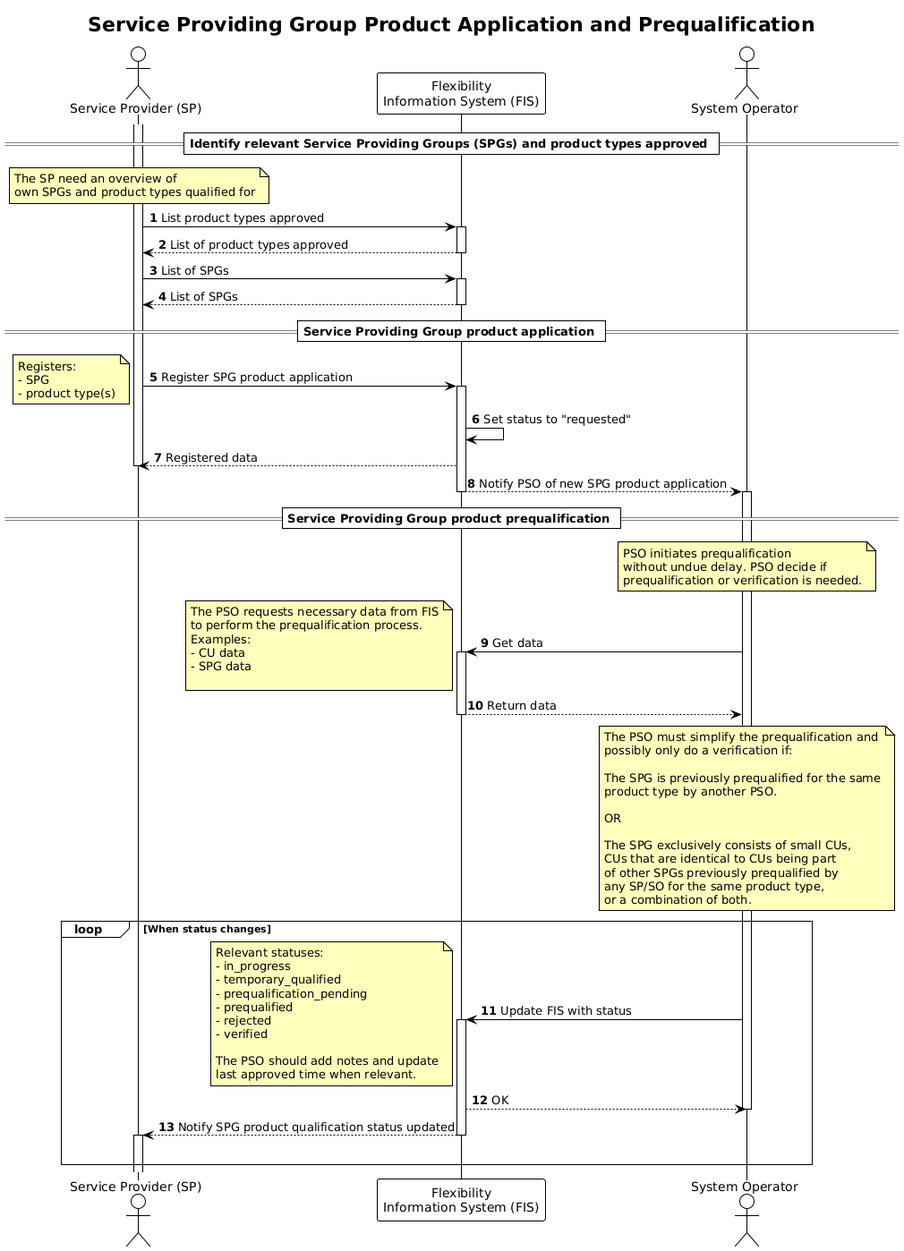
Above: docs/diagrams/service_providing_group_product_application.png in elhub/flex-information-system (PlantUML), before the change.
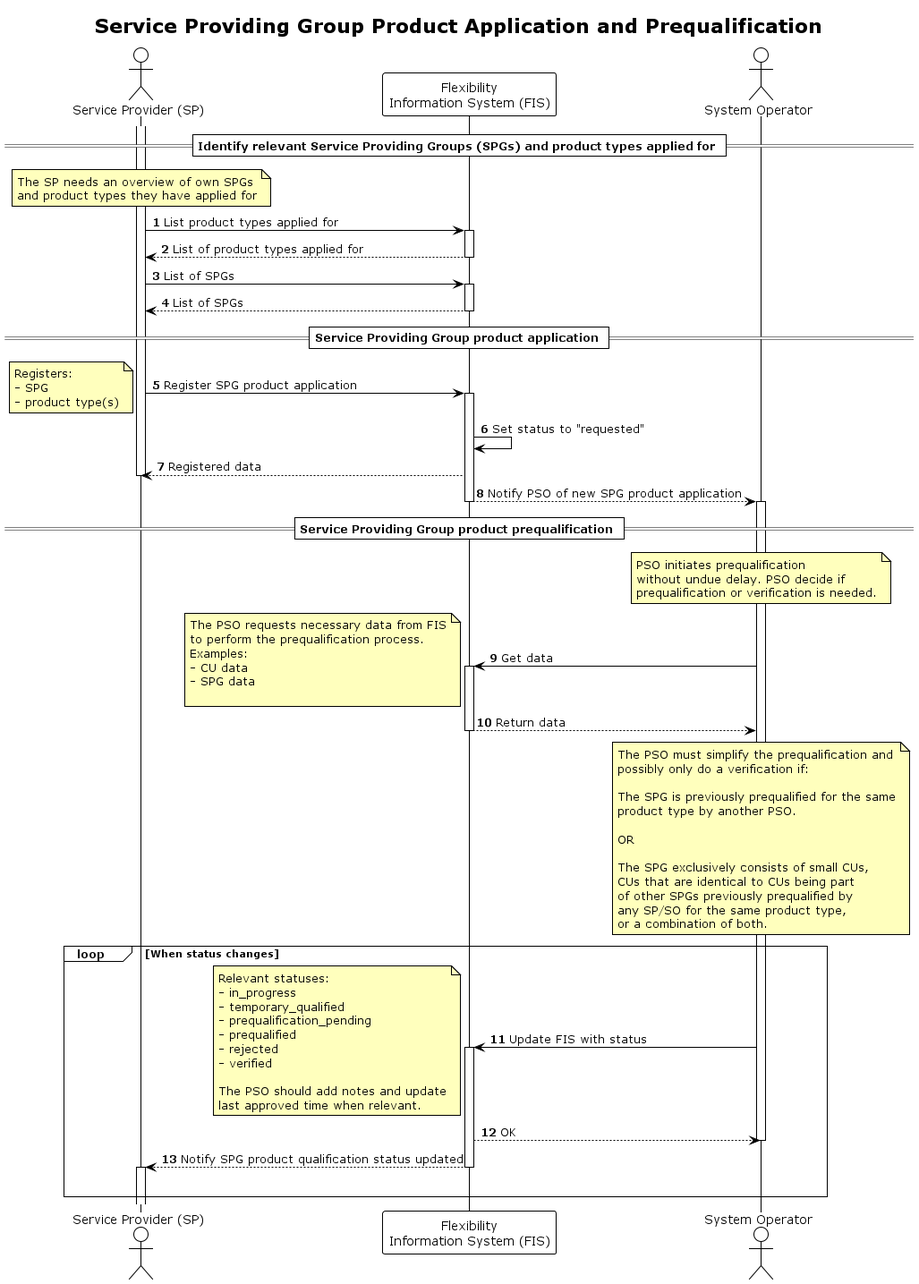
Later version of the same file.

Commit message:
docs: removed SP application approved constraint

The edit, as a diff of the source:
```diff
@@ -13,17 +13,17 @@
 participant "Flexibility\nInformation System (FIS)" as FIS
 actor "System Operator" as SO
 
-== Identify relevant Service Providing Groups (SPGs) and product types approved ==
+== Identify relevant Service Providing Groups (SPGs) and product types applied for ==
 Activate SP
 
 note over SP
-    The SP need an overview of
-    own SPGs and product types qualified for
+    The SP needs an overview of own SPGs
+    and product types they have applied for
 end note
 
-SP -> FIS: List product types approved
+SP -> FIS: List product types applied for
 activate FIS
-FIS --> SP: List of product types approved
+FIS --> SP: List of product types applied for
 deactivate FIS
 
 SP -> FIS: List of SPGs
```
